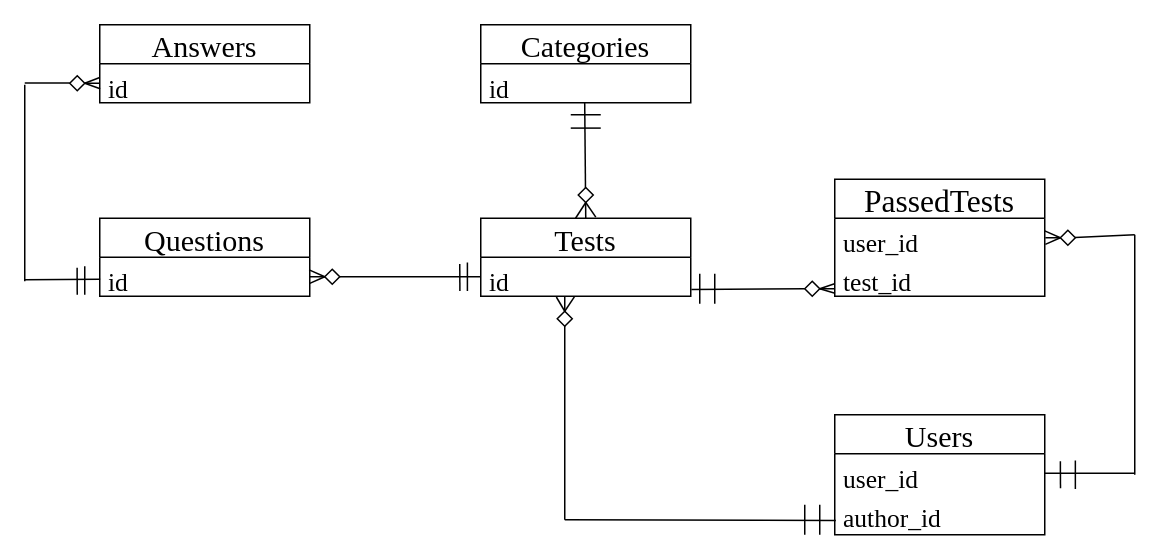
Bykanir/ruby_on_rails keeps this draw.io diagram as page "Page-2" (2 of 2) of Untitled Diagram.drawio. Above is the earlier version. Source tidied: cells renumbered, new cells numbered last; positions are measured from the earlier drawing's top-left corner, leaving out a move shared by most shapes. Both pictures are drawn from the tidied source at 150%, with x=0, y=0 at pixel (24, 24).
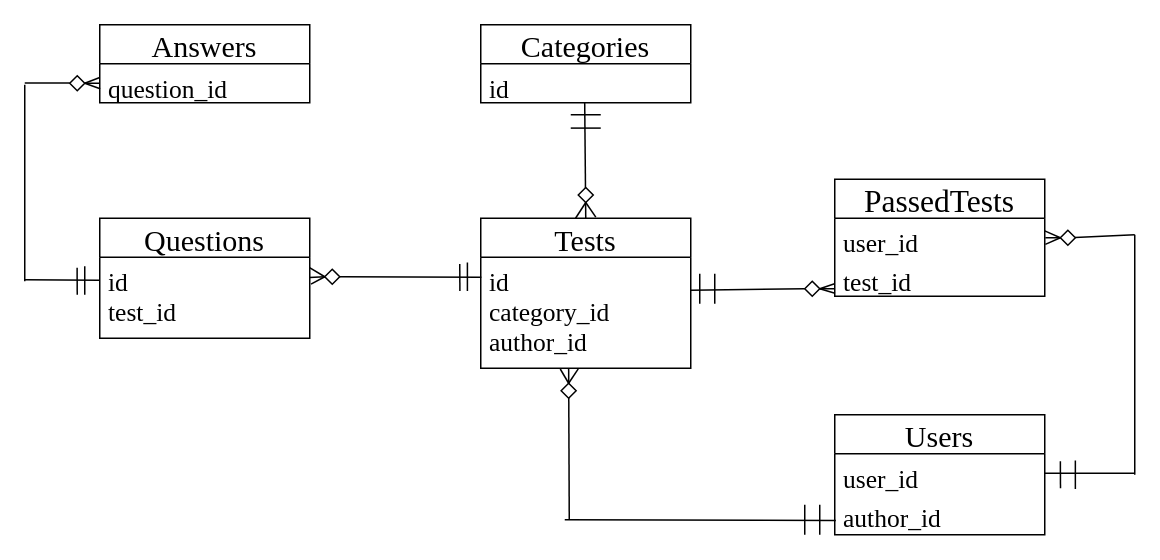
The same diagram, later.

Unchanged cells that the change refers to:
```xml
<mxCell id="4" value="Answers" style="swimlane;fontStyle=0;horizontal=1;startSize=26;fillColor=none;fontFamily=Times New Roman;fontSize=20;" parent="1" vertex="1">
  <mxGeometry x="50" width="140" height="52" as="geometry" />
</mxCell>
<mxCell id="28" style="rhombus;whiteSpace=wrap;html=1;fontFamily=Times New Roman;fontSize=20;" parent="1" vertex="1">
  <mxGeometry x="200" y="163" width="10" height="10" as="geometry" />
</mxCell>
<mxCell id="41" style="rhombus;whiteSpace=wrap;html=1;fontFamily=Times New Roman;fontSize=20;" parent="1" vertex="1">
  <mxGeometry x="520" y="171" width="10" height="10" as="geometry" />
</mxCell>
```

Diff of the diagram source:
```diff
@@
-    <mxCell id="5" value="id" style="text;strokeColor=none;fillColor=none;align=left;verticalAlign=top;spacingLeft=4;spacingRight=4;overflow=hidden;points=[[0,0.5],[1,0.5]];portConstraint=eastwest;fontFamily=Times New Roman;fontSize=17;" parent="4" vertex="1">
+    <mxCell id="5" value="question_id" style="text;strokeColor=none;fillColor=none;align=left;verticalAlign=top;spacingLeft=4;spacingRight=4;overflow=hidden;points=[[0,0.5],[1,0.5]];portConstraint=eastwest;fontFamily=Times New Roman;fontSize=17;" parent="4" vertex="1">
       <mxGeometry y="26" width="140" height="26" as="geometry" />
     </mxCell>
@@
     <mxCell id="9" value="Tests" style="swimlane;fontStyle=0;horizontal=1;startSize=26;fillColor=none;fontFamily=Times New Roman;fontSize=20;" parent="1" vertex="1">
-      <mxGeometry x="304" y="129" width="140" height="52" as="geometry" />
+      <mxGeometry x="304" y="129" width="140" height="100" as="geometry" />
     </mxCell>
-    <mxCell id="10" value="id" style="text;strokeColor=none;fillColor=none;align=left;verticalAlign=top;spacingLeft=4;spacingRight=4;overflow=hidden;points=[[0,0.5],[1,0.5]];portConstraint=eastwest;fontFamily=Times New Roman;fontSize=17;" parent="9" vertex="1">
-      <mxGeometry y="26" width="140" height="26" as="geometry" />
+    <mxCell id="10" value="id&#10;category_id&#10;author_id&#10;" style="text;strokeColor=none;fillColor=none;align=left;verticalAlign=top;spacingLeft=4;spacingRight=4;overflow=hidden;points=[[0,0.5],[1,0.5]];portConstraint=eastwest;fontFamily=Times New Roman;fontSize=17;" parent="9" vertex="1">
+      <mxGeometry y="26" width="140" height="74" as="geometry" />
     </mxCell>
@@
     <mxCell id="14" value="Questions" style="swimlane;fontStyle=0;horizontal=1;startSize=26;fillColor=none;fontFamily=Times New Roman;fontSize=20;" parent="1" vertex="1">
-      <mxGeometry x="50" y="129" width="140" height="52" as="geometry" />
+      <mxGeometry x="50" y="129" width="140" height="80" as="geometry" />
     </mxCell>
-    <mxCell id="15" value="id" style="text;strokeColor=none;fillColor=none;align=left;verticalAlign=top;spacingLeft=4;spacingRight=4;overflow=hidden;points=[[0,0.5],[1,0.5]];portConstraint=eastwest;fontFamily=Times New Roman;fontSize=17;" parent="14" vertex="1">
-      <mxGeometry y="26" width="140" height="26" as="geometry" />
+    <mxCell id="15" value="id&#10;test_id" style="text;strokeColor=none;fillColor=none;align=left;verticalAlign=top;spacingLeft=4;spacingRight=4;overflow=hidden;points=[[0,0.5],[1,0.5]];portConstraint=eastwest;fontFamily=Times New Roman;fontSize=17;" parent="14" vertex="1">
+      <mxGeometry y="26" width="140" height="54" as="geometry" />
     </mxCell>
@@
-    <mxCell id="18" style="endArrow=none;html=1;fontFamily=Times New Roman;fontSize=20;exitX=1;exitY=0.67;exitDx=0;exitDy=0;exitPerimeter=0;entryX=0;entryY=0.5;entryDx=0;entryDy=0;" parent="1" edge="1" source="15" target="28">
+    <mxCell id="18" style="endArrow=none;html=1;fontFamily=Times New Roman;fontSize=20;exitX=1.006;exitY=0.332;exitDx=0;exitDy=0;exitPerimeter=0;entryX=0;entryY=0.5;entryDx=0;entryDy=0;" parent="1" edge="1" source="15" target="28">
       <mxGeometry relative="1" as="geometry" />
     </mxCell>
-    <mxCell id="19" style="endArrow=none;html=1;fontFamily=Times New Roman;fontSize=20;exitX=0;exitY=0.5;exitDx=0;exitDy=0;" parent="1" edge="1" source="28" target="15">
+    <mxCell id="19" style="endArrow=none;html=1;fontFamily=Times New Roman;fontSize=20;exitX=0;exitY=0.5;exitDx=0;exitDy=0;entryX=0.999;entryY=0.128;entryDx=0;entryDy=0;entryPerimeter=0;" parent="1" edge="1" source="28" target="15">
       <mxGeometry relative="1" as="geometry" />
     </mxCell>
@@
-    <mxCell id="22" style="endArrow=none;html=1;entryX=0.002;entryY=0.566;entryDx=0;entryDy=0;entryPerimeter=0;" parent="1" edge="1" target="15">
+    <mxCell id="22" style="endArrow=none;html=1;entryX=-0.002;entryY=0.283;entryDx=0;entryDy=0;entryPerimeter=0;" parent="1" edge="1" target="15">
       <mxGeometry relative="1" as="geometry">
         <mxPoint y="170" as="sourcePoint" />
       </mxGeometry>
     </mxCell>
@@
-    <mxCell id="29" style="endArrow=none;html=1;fontFamily=Times New Roman;fontSize=20;exitX=0;exitY=0.5;exitDx=0;exitDy=0;" parent="1" edge="1" source="10" target="28">
+    <mxCell id="29" style="endArrow=none;html=1;fontFamily=Times New Roman;fontSize=20;exitX=0.003;exitY=0.18;exitDx=0;exitDy=0;exitPerimeter=0;" parent="1" edge="1" source="10" target="28">
       <mxGeometry relative="1" as="geometry" />
     </mxCell>
-    <mxCell id="30" style="endArrow=none;html=1;fontFamily=Times New Roman;fontSize=20;exitX=0.997;exitY=0.323;exitDx=0;exitDy=0;exitPerimeter=0;entryX=0;entryY=0.5;entryDx=0;entryDy=0;" parent="1" edge="1" source="15" target="28">
+    <mxCell id="30" style="endArrow=none;html=1;fontFamily=Times New Roman;fontSize=20;exitX=0.998;exitY=0.251;exitDx=0;exitDy=0;exitPerimeter=0;entryX=0;entryY=0.5;entryDx=0;entryDy=0;" parent="1" edge="1" source="15" target="28">
       <mxGeometry relative="1" as="geometry" />
     </mxCell>
@@
     <mxCell id="33" style="endArrow=none;html=1;fontFamily=Times New Roman;fontSize=20;" parent="1" edge="1">
       <mxGeometry relative="1" as="geometry">
-        <mxPoint x="360" y="330" as="sourcePoint" />
-        <mxPoint x="360" y="181" as="targetPoint" />
+        <mxPoint x="363" y="330" as="sourcePoint" />
+        <mxPoint x="362.6" y="229" as="targetPoint" />
       </mxGeometry>
     </mxCell>
     <mxCell id="34" style="endArrow=none;html=1;fontFamily=Times New Roman;fontSize=20;entryX=0.553;entryY=1.007;entryDx=0;entryDy=0;entryPerimeter=0;" parent="1" edge="1">
       <mxGeometry relative="1" as="geometry">
-        <mxPoint x="360" y="191" as="sourcePoint" />
-        <mxPoint x="366.4" y="181.4" as="targetPoint" />
+        <mxPoint x="362.6" y="239" as="sourcePoint" />
+        <mxPoint x="369" y="229.4" as="targetPoint" />
       </mxGeometry>
     </mxCell>
     <mxCell id="35" style="endArrow=none;html=1;fontFamily=Times New Roman;fontSize=20;entryX=0.453;entryY=1.009;entryDx=0;entryDy=0;entryPerimeter=0;" parent="1" edge="1">
       <mxGeometry relative="1" as="geometry">
-        <mxPoint x="360" y="191" as="sourcePoint" />
-        <mxPoint x="354.4" y="181.5" as="targetPoint" />
+        <mxPoint x="362.6" y="239" as="sourcePoint" />
+        <mxPoint x="357" y="229.5" as="targetPoint" />
       </mxGeometry>
     </mxCell>
@@
     <mxCell id="37" style="rhombus;whiteSpace=wrap;html=1;fontFamily=Times New Roman;fontSize=20;" parent="1" vertex="1">
-      <mxGeometry x="355" y="191" width="10" height="10" as="geometry" />
+      <mxGeometry x="357.6" y="239" width="10" height="10" as="geometry" />
     </mxCell>
@@
-    <mxCell id="42" style="endArrow=none;html=1;fontFamily=Times New Roman;fontSize=20;entryX=0;entryY=0.5;entryDx=0;entryDy=0;exitX=1.003;exitY=0.827;exitDx=0;exitDy=0;exitPerimeter=0;" parent="1" edge="1" source="10" target="41">
+    <mxCell id="42" style="endArrow=none;html=1;fontFamily=Times New Roman;fontSize=20;entryX=0;entryY=0.5;entryDx=0;entryDy=0;exitX=0.997;exitY=0.297;exitDx=0;exitDy=0;exitPerimeter=0;" parent="1" edge="1" source="10" target="41">
       <mxGeometry relative="1" as="geometry" />
     </mxCell>
```
